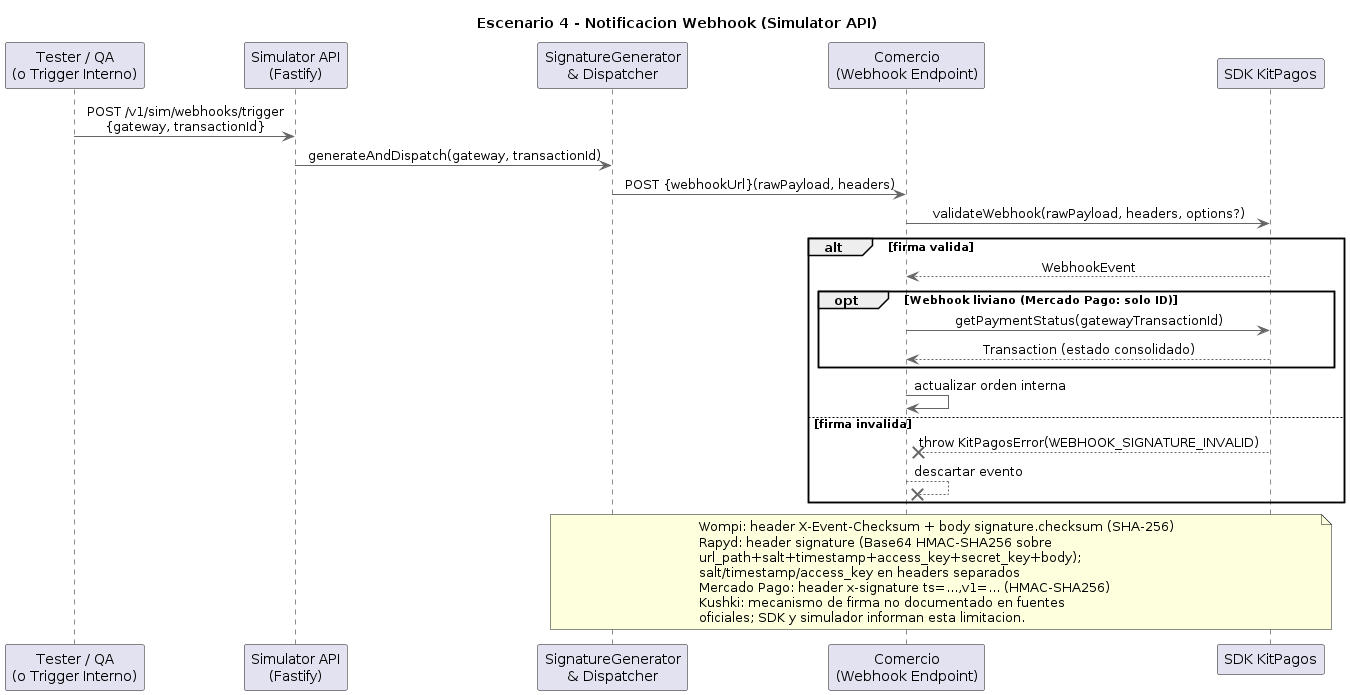
Earlier version of the PlantUML export docs/architecture/Simulador API/Sequence Diagram - Webhook Notification.png (PurosBrothers/Kit-Pagos-Colombia---Tesis).
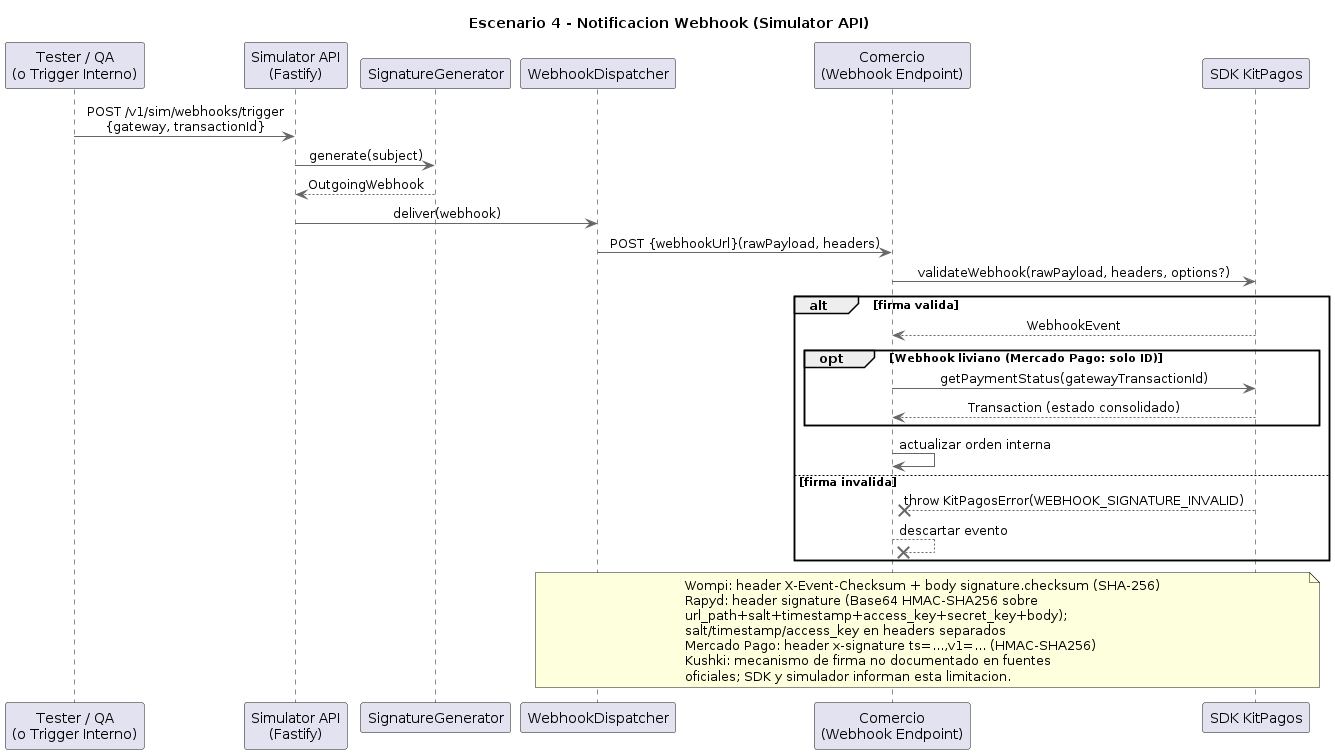
Later version of the same file.

Diff of the diagram source:
```diff
@@ -7,12 +7,15 @@
 
 participant "Tester / QA\n(o Trigger Interno)" as Tester
 participant "Simulator API\n(Fastify)" as SimAPI
-participant "SignatureGenerator\n& Dispatcher" as Dispatcher
+participant "SignatureGenerator" as Generator
+participant "WebhookDispatcher" as Dispatcher
 participant "Comercio\n(Webhook Endpoint)" as Comercio
 participant "SDK KitPagos" as SDK
 
 Tester -> SimAPI : POST /v1/sim/webhooks/trigger\n{gateway, transactionId}
-SimAPI -> Dispatcher : generateAndDispatch(gateway, transactionId)
+SimAPI -> Generator : generate(subject)
+Generator --> SimAPI : OutgoingWebhook
+SimAPI -> Dispatcher : deliver(webhook)
 Dispatcher -> Comercio : POST {webhookUrl}(rawPayload, headers)
 
 Comercio -> SDK : validateWebhook(rawPayload, headers, options?)
```
